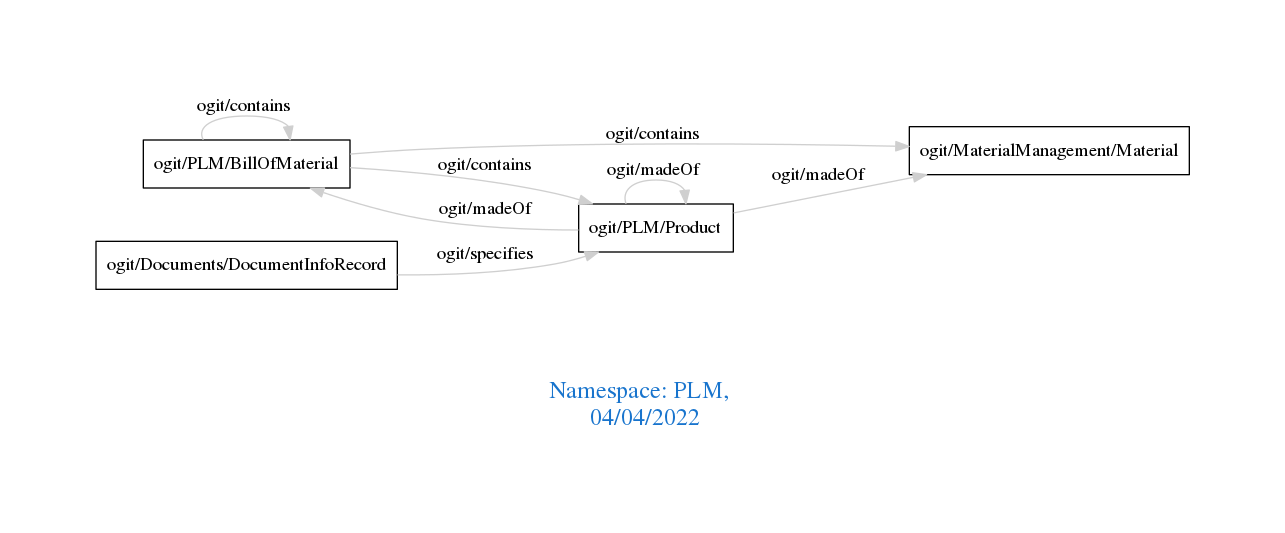
arago/OGIT keeps this Graphviz diagram as downloads/PLM.png. Above is the earlier version. Its source is kept beside it as downloads/PLM.dot.
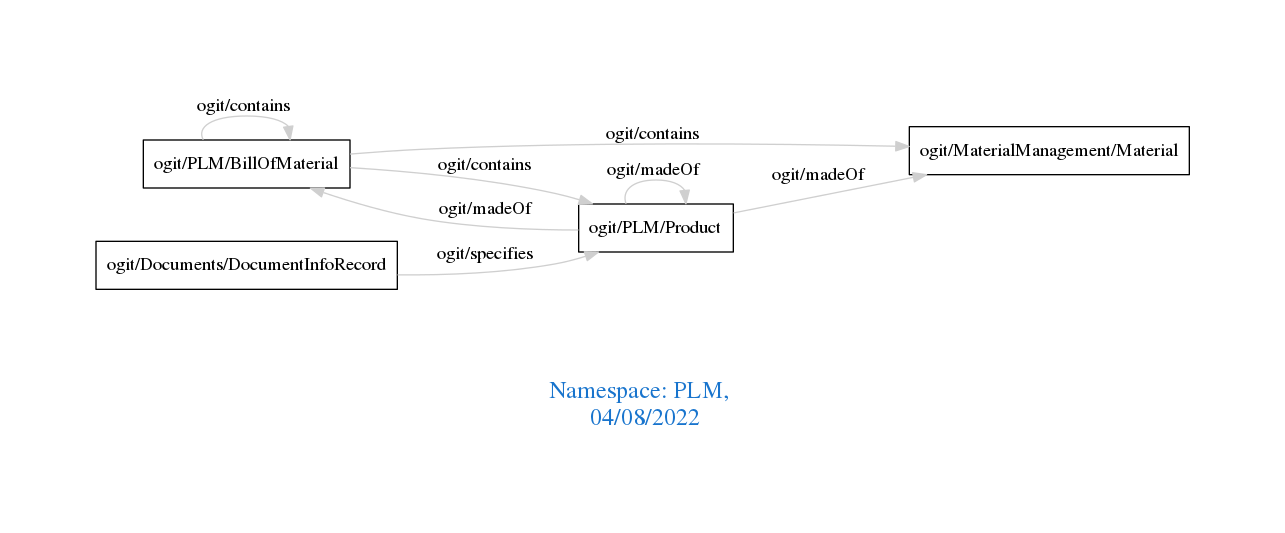
Above is the later version.

Diff of the diagram source:
```diff
@@ -1,7 +1,7 @@
 digraph OGIT_ontology {
  graph [ rankdir= LR,pad=1
 fontsize = 18,
-fontcolor= dodgerblue3,label = "\n\n\nNamespace: PLM, \n 04/04/2022"];
+fontcolor= dodgerblue3,label = "\n\n\nNamespace: PLM, \n 04/08/2022"];
 node[shape=polygon];
 edge [  color="gray81"];
 
```
